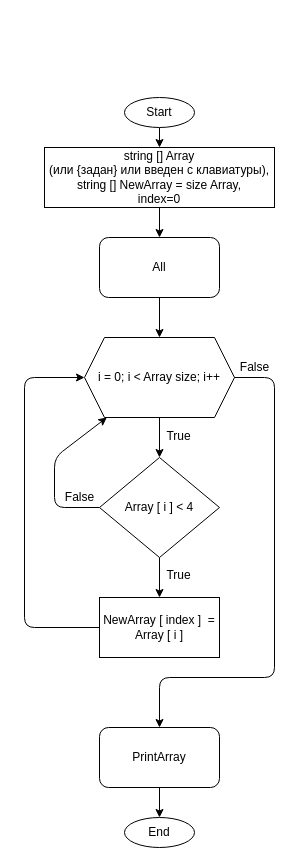
This is blok-schema.drawio from AndreyGitHubs/practical-work, a draw.io file, before an edit. Source tidied: cells renumbered, new cells numbered last; positions are measured from the earlier drawing's top-left corner, leaving out a move shared by most shapes. Both pictures are drawn from the tidied source at 100%, with x=0, y=0 at pixel (24, 97).
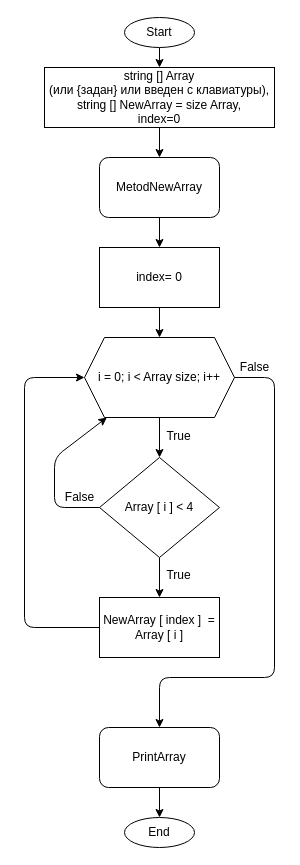
Above is the later version.

Commit message (it also covers changes not shown here):
The method of searching for elements is written < = three

Unchanged cells that the change refers to:
```xml
<mxCell id="7" value="i = 0; i &amp;lt; Array size; i++" style="shape=hexagon;perimeter=hexagonPerimeter2;whiteSpace=wrap;html=1;fixedSize=1;" parent="1" vertex="1">
  <mxGeometry x="60" y="240" width="150" height="80" as="geometry" />
</mxCell>
```

The edit, as a diff of the source:
```diff
@@
     <mxCell id="3" value="Start" style="ellipse;whiteSpace=wrap;html=1;" parent="1" vertex="1">
-      <mxGeometry x="100" width="70" height="30" as="geometry" />
+      <mxGeometry x="100" y="-80" width="70" height="30" as="geometry" />
     </mxCell>
@@
     <mxCell id="5" value="string [] Array &lt;br&gt;(или {задан} или введен с клавиатуры),&lt;br&gt;string [] NewArray = size Array,&lt;br&gt;index=0" style="rounded=0;whiteSpace=wrap;html=1;" parent="1" vertex="1">
-      <mxGeometry x="20" y="50" width="230" height="60" as="geometry" />
+      <mxGeometry x="20" y="-30" width="230" height="60" as="geometry" />
     </mxCell>
@@
-    <mxCell id="8" style="edgeStyle=none;html=1;exitX=0.5;exitY=1;exitDx=0;exitDy=0;" parent="1" edge="1" source="9" target="7">
-      <mxGeometry relative="1" as="geometry" />
-    </mxCell>
+    <mxCell id="23" style="edgeStyle=none;html=1;exitX=0.5;exitY=1;exitDx=0;exitDy=0;entryX=0.5;entryY=0;entryDx=0;entryDy=0;" parent="1" edge="1" source="9" target="25">
+      <mxGeometry relative="1" as="geometry" />
+    </mxCell>
-    <mxCell id="9" value="All" style="rounded=1;whiteSpace=wrap;html=1;" parent="1" vertex="1">
-      <mxGeometry x="75" y="140" width="120" height="60" as="geometry" />
+    <mxCell id="9" value="MetodNewArray" style="rounded=1;whiteSpace=wrap;html=1;" parent="1" vertex="1">
+      <mxGeometry x="75" y="60" width="120" height="60" as="geometry" />
     </mxCell>
@@
+    <mxCell id="24" style="edgeStyle=none;html=1;exitX=0.5;exitY=1;exitDx=0;exitDy=0;entryX=0.5;entryY=0;entryDx=0;entryDy=0;" parent="1" edge="1" source="25" target="7">
+      <mxGeometry relative="1" as="geometry" />
+    </mxCell>
+    <mxCell id="25" value="index= 0" style="rounded=0;whiteSpace=wrap;html=1;" parent="1" vertex="1">
+      <mxGeometry x="75" y="150" width="120" height="60" as="geometry" />
+    </mxCell>
```
